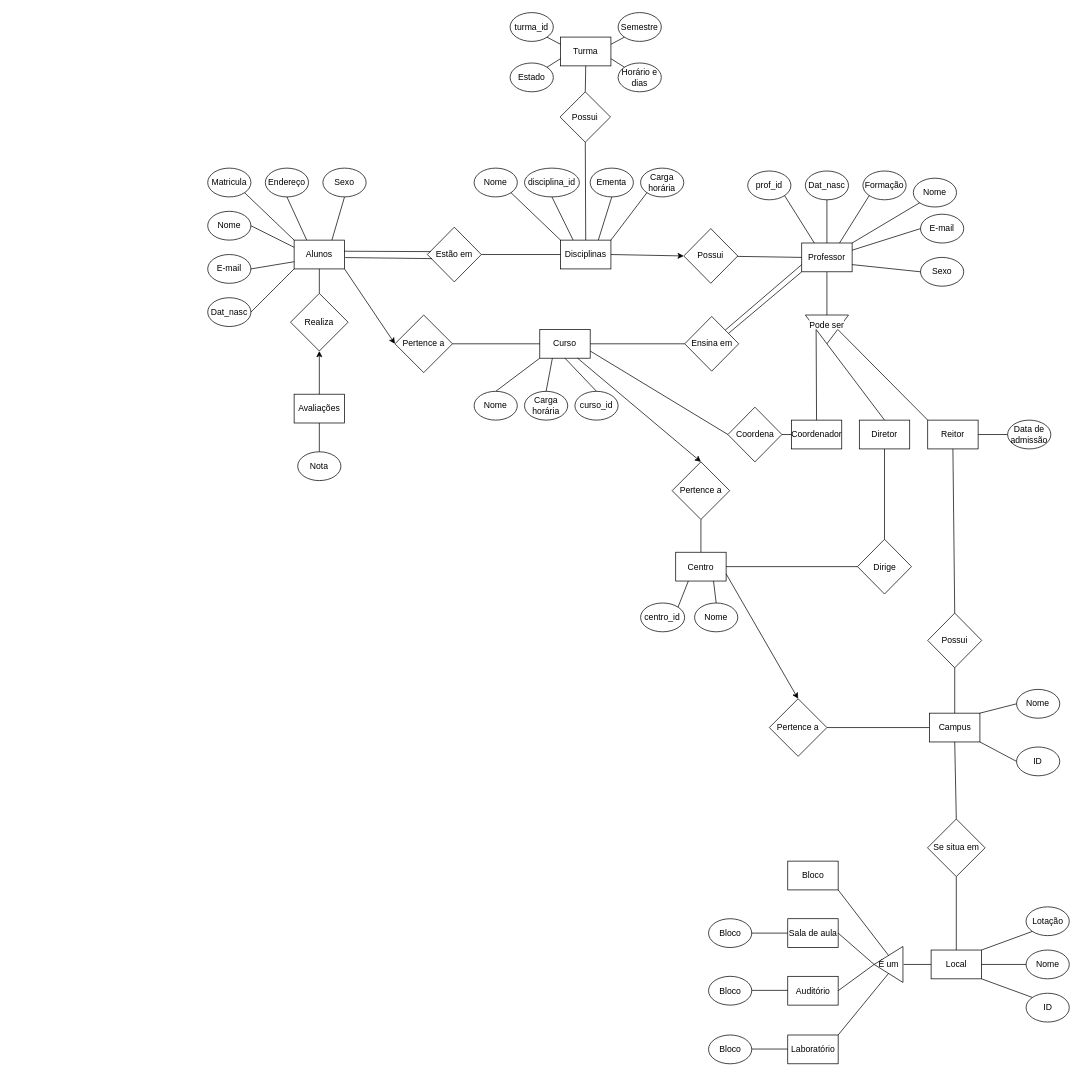
The draw.io diagram trabalho_1.drawio in Walrusbane524/Fundamentos-de-Bancos-de-Dados, before the edit. Source tidied: cells renumbered, new cells numbered last; positions are measured from the earlier drawing's top-left corner, leaving out a move shared by most shapes. Both pictures are drawn from the tidied source at 72%, with x=0, y=0 at pixel (207, 12).
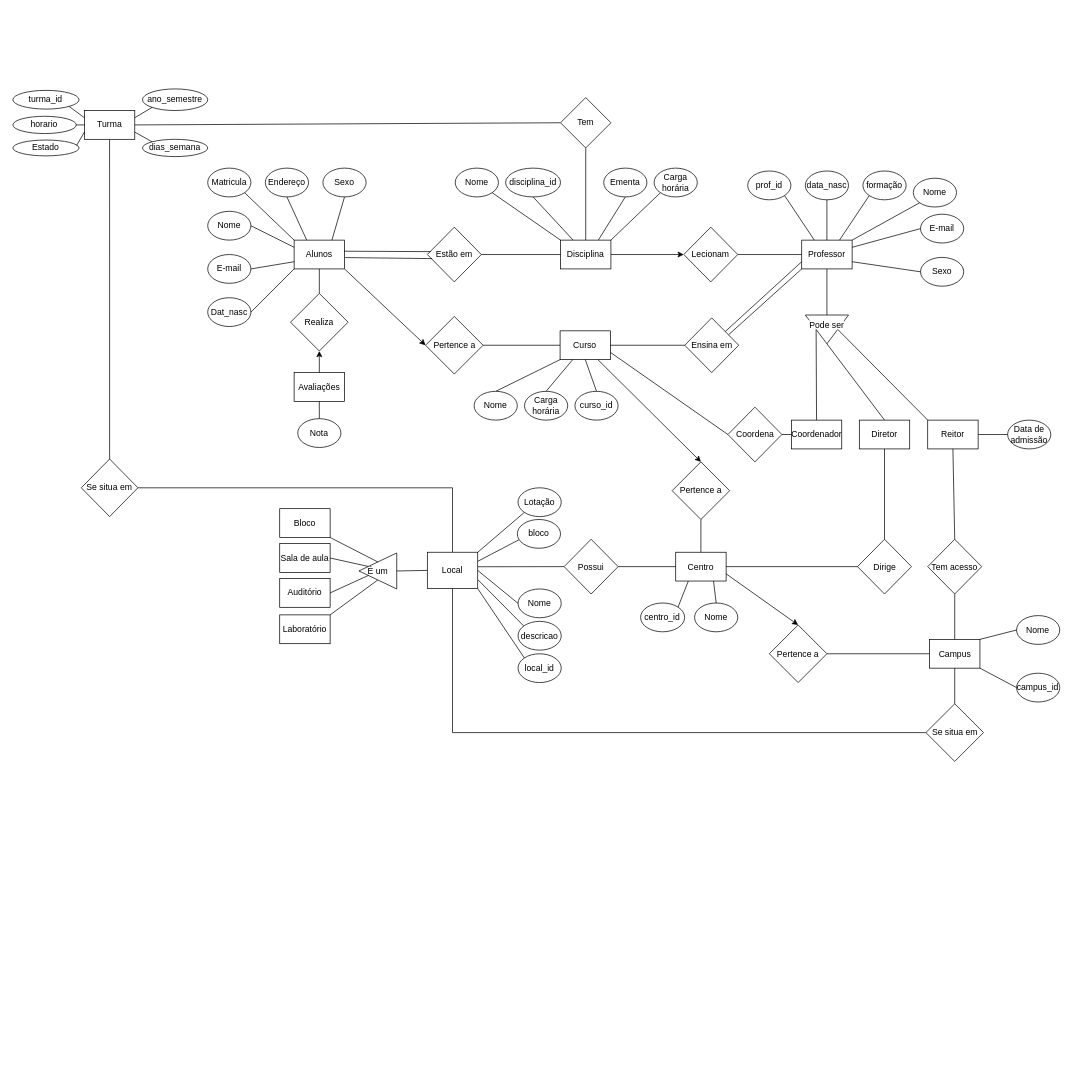
The same diagram, later.

Unchanged cells that the change refers to:
```xml
<mxCell id="5" value="Centro" style="rounded=0;whiteSpace=wrap;html=1;" parent="1" vertex="1">
  <mxGeometry x="650" y="749.5" width="70" height="40" as="geometry" />
</mxCell>
<mxCell id="125" value="Realiza" style="rhombus;whiteSpace=wrap;html=1;labelBackgroundColor=default;fillColor=none;" parent="1" vertex="1">
  <mxGeometry x="115" y="390" width="80" height="80" as="geometry" />
</mxCell>
```

Change to the diagram source:
```diff
@@
     <mxCell id="2" value="Professor" style="rounded=0;whiteSpace=wrap;html=1;" parent="1" vertex="1">
-      <mxGeometry x="825" y="320" width="70" height="40" as="geometry" />
+      <mxGeometry x="825" y="316" width="70" height="40" as="geometry" />
     </mxCell>
@@
     <mxCell id="4" value="Campus" style="rounded=0;whiteSpace=wrap;html=1;" parent="1" vertex="1">
-      <mxGeometry x="1002.5" y="973" width="70" height="40" as="geometry" />
+      <mxGeometry x="1002.5" y="870.5" width="70" height="40" as="geometry" />
     </mxCell>
@@
+    <mxCell id="83" style="edgeStyle=none;rounded=0;jettySize=auto;html=1;startArrow=none;startFill=0;endArrow=none;endFill=0;entryX=0;entryY=0.5;entryDx=0;entryDy=0;exitX=0.5;exitY=1;exitDx=0;exitDy=0;" parent="1" edge="1" source="6" target="63">
+      <mxGeometry relative="1" as="geometry">
+        <Array as="points">
+          <mxPoint x="340" y="1000" />
+        </Array>
+      </mxGeometry>
+    </mxCell>
+    <mxCell id="137" style="edgeStyle=none;rounded=0;jettySize=auto;html=1;exitX=0.5;exitY=0;exitDx=0;exitDy=0;startArrow=none;startFill=0;endArrow=none;endFill=0;entryX=1;entryY=0.5;entryDx=0;entryDy=0;" parent="1" edge="1" source="6" target="145">
+      <mxGeometry relative="1" as="geometry">
+        <Array as="points">
+          <mxPoint x="340" y="660" />
+        </Array>
+      </mxGeometry>
+    </mxCell>
+    <mxCell id="138" style="edgeStyle=none;rounded=0;jettySize=auto;html=1;exitX=1;exitY=0.75;exitDx=0;exitDy=0;startArrow=none;startFill=0;endArrow=none;endFill=0;entryX=0.15;entryY=0.188;entryDx=0;entryDy=0;entryPerimeter=0;" parent="1" edge="1" source="6" target="146">
+      <mxGeometry relative="1" as="geometry" />
+    </mxCell>
+    <mxCell id="139" style="edgeStyle=none;rounded=0;jettySize=auto;html=1;exitX=1;exitY=0.25;exitDx=0;exitDy=0;entryX=0.053;entryY=0.692;entryDx=0;entryDy=0;startArrow=none;startFill=0;endArrow=none;endFill=0;entryPerimeter=0;" parent="1" edge="1" source="6" target="147">
+      <mxGeometry relative="1" as="geometry" />
+    </mxCell>
+    <mxCell id="140" style="edgeStyle=none;rounded=0;jettySize=auto;html=1;exitX=1.001;exitY=0.399;exitDx=0;exitDy=0;startArrow=none;startFill=0;endArrow=none;endFill=0;exitPerimeter=0;entryX=0;entryY=0.5;entryDx=0;entryDy=0;" parent="1" edge="1" source="6" target="149">
+      <mxGeometry relative="1" as="geometry" />
+    </mxCell>
     <mxCell id="6" value="Local" style="rounded=0;whiteSpace=wrap;html=1;" parent="1" vertex="1">
-      <mxGeometry x="1004.7" y="1302" width="70" height="40" as="geometry" />
+      <mxGeometry x="305" y="749.5" width="70" height="50.5" as="geometry" />
     </mxCell>
@@
-    <mxCell id="11" value="Dat_nasc" style="ellipse;whiteSpace=wrap;html=1;" parent="1" vertex="1">
+    <mxCell id="11" value="data_nasc" style="ellipse;whiteSpace=wrap;html=1;" parent="1" vertex="1">
       <mxGeometry x="830" y="220" width="60" height="40" as="geometry" />
     </mxCell>
-    <mxCell id="12" value="Formação" style="ellipse;whiteSpace=wrap;html=1;" parent="1" vertex="1">
+    <mxCell id="12" value="formação" style="ellipse;whiteSpace=wrap;html=1;" parent="1" vertex="1">
       <mxGeometry x="910" y="220" width="60" height="40" as="geometry" />
     </mxCell>
-    <mxCell id="13" value="ID" style="ellipse;whiteSpace=wrap;html=1;" parent="1" vertex="1">
-      <mxGeometry x="1123.4" y="1020" width="60" height="40" as="geometry" />
+    <mxCell id="13" value="campus_id" style="ellipse;whiteSpace=wrap;html=1;" parent="1" vertex="1">
+      <mxGeometry x="1123.4" y="917.5" width="60" height="40" as="geometry" />
     </mxCell>
     <mxCell id="14" value="Nome" style="ellipse;whiteSpace=wrap;html=1;" parent="1" vertex="1">
-      <mxGeometry x="1123.4" y="940" width="60" height="40" as="geometry" />
+      <mxGeometry x="1123.4" y="837.5" width="60" height="40" as="geometry" />
     </mxCell>
@@
-    <mxCell id="17" value="ID" style="ellipse;whiteSpace=wrap;html=1;" parent="1" vertex="1">
-      <mxGeometry x="1136.6" y="1362" width="60" height="40" as="geometry" />
+    <mxCell id="17" value="local_id" style="ellipse;whiteSpace=wrap;html=1;" parent="1" vertex="1">
+      <mxGeometry x="431" y="890.5" width="60" height="40" as="geometry" />
     </mxCell>
     <mxCell id="18" value="Nome" style="ellipse;whiteSpace=wrap;html=1;" parent="1" vertex="1">
-      <mxGeometry x="1136.6" y="1302" width="60" height="40" as="geometry" />
+      <mxGeometry x="431" y="800.5" width="60" height="40" as="geometry" />
     </mxCell>
     <mxCell id="19" value="Lotação" style="ellipse;whiteSpace=wrap;html=1;" parent="1" vertex="1">
-      <mxGeometry x="1136.6" y="1242" width="60" height="40" as="geometry" />
+      <mxGeometry x="431" y="660" width="60" height="40" as="geometry" />
     </mxCell>
     <mxCell id="20" value="Laboratório" style="rounded=0;whiteSpace=wrap;html=1;" parent="1" vertex="1">
-      <mxGeometry x="805.6" y="1420" width="70" height="40" as="geometry" />
+      <mxGeometry x="100" y="836.5" width="70" height="40" as="geometry" />
     </mxCell>
     <mxCell id="21" value="Auditório" style="rounded=0;whiteSpace=wrap;html=1;" parent="1" vertex="1">
-      <mxGeometry x="805.6" y="1338.5" width="70" height="40" as="geometry" />
+      <mxGeometry x="100" y="786" width="70" height="40" as="geometry" />
     </mxCell>
     <mxCell id="22" value="Sala de aula" style="rounded=0;whiteSpace=wrap;html=1;" parent="1" vertex="1">
-      <mxGeometry x="805.6" y="1258.5" width="70" height="40" as="geometry" />
+      <mxGeometry x="100" y="737.5" width="70" height="40" as="geometry" />
     </mxCell>
     <mxCell id="23" value="Bloco" style="rounded=0;whiteSpace=wrap;html=1;" parent="1" vertex="1">
-      <mxGeometry x="805.6" y="1178.5" width="70" height="40" as="geometry" />
+      <mxGeometry x="100" y="689" width="70" height="40" as="geometry" />
     </mxCell>
     <mxCell id="24" value="É um" style="triangle;whiteSpace=wrap;html=1;flipH=1;" parent="1" vertex="1">
-      <mxGeometry x="925.6" y="1297" width="40" height="50" as="geometry" />
+      <mxGeometry x="210" y="750.5" width="52.5" height="50" as="geometry" />
     </mxCell>
     <mxCell id="25" value="Pertence&amp;nbsp;a" style="rhombus;whiteSpace=wrap;html=1;" parent="1" vertex="1">
-      <mxGeometry x="260" y="420" width="80" height="80" as="geometry" />
+      <mxGeometry x="302.5" y="422" width="80" height="80" as="geometry" />
     </mxCell>
     <mxCell id="26" value="Curso" style="rounded=0;whiteSpace=wrap;html=1;" parent="1" vertex="1">
-      <mxGeometry x="461.2" y="440" width="70" height="40" as="geometry" />
+      <mxGeometry x="489.4" y="442" width="70" height="40" as="geometry" />
     </mxCell>
@@
     <mxCell id="40" value="Pertence&amp;nbsp;a" style="rhombus;whiteSpace=wrap;html=1;" parent="1" vertex="1">
-      <mxGeometry x="780" y="953" width="80" height="80" as="geometry" />
+      <mxGeometry x="780" y="850.5" width="80" height="80" as="geometry" />
     </mxCell>
@@
-    <mxCell id="42" value="Possui" style="rhombus;whiteSpace=wrap;html=1;" parent="1" vertex="1">
-      <mxGeometry x="661.2" y="300" width="75" height="76" as="geometry" />
+    <mxCell id="42" value="Lecionam" style="rhombus;whiteSpace=wrap;html=1;" parent="1" vertex="1">
+      <mxGeometry x="661.2" y="298" width="75" height="76" as="geometry" />
     </mxCell>
@@
+    <mxCell id="141" style="edgeStyle=none;rounded=0;jettySize=auto;html=1;exitX=1;exitY=0.75;exitDx=0;exitDy=0;startArrow=none;startFill=0;endArrow=none;endFill=0;entryX=0;entryY=0;entryDx=0;entryDy=0;" parent="1" edge="1" source="51" target="144">
+      <mxGeometry relative="1" as="geometry" />
+    </mxCell>
+    <mxCell id="142" style="edgeStyle=none;rounded=0;jettySize=auto;html=1;exitX=1;exitY=0.5;exitDx=0;exitDy=0;startArrow=none;startFill=0;endArrow=none;endFill=0;entryX=0;entryY=0.5;entryDx=0;entryDy=0;" parent="1" edge="1" source="51" target="56">
+      <mxGeometry relative="1" as="geometry" />
+    </mxCell>
+    <mxCell id="143" style="edgeStyle=none;rounded=0;jettySize=auto;html=1;exitX=0.5;exitY=1;exitDx=0;exitDy=0;startArrow=none;startFill=0;endArrow=none;endFill=0;entryX=0.5;entryY=0;entryDx=0;entryDy=0;" parent="1" edge="1" source="51" target="145">
+      <mxGeometry relative="1" as="geometry" />
+    </mxCell>
     <mxCell id="51" value="Turma" style="rounded=0;whiteSpace=wrap;html=1;" parent="1" vertex="1">
-      <mxGeometry x="490" y="34" width="70" height="40" as="geometry" />
+      <mxGeometry x="-171.3" y="136" width="70" height="40" as="geometry" />
     </mxCell>
     <mxCell id="52" value="turma_id" style="ellipse;whiteSpace=wrap;html=1;" parent="1" vertex="1">
-      <mxGeometry x="420" width="60" height="40" as="geometry" />
+      <mxGeometry x="-270.6" y="108" width="91.9" height="26" as="geometry" />
     </mxCell>
-    <mxCell id="53" value="Semestre" style="ellipse;whiteSpace=wrap;html=1;" parent="1" vertex="1">
-      <mxGeometry x="570" width="60" height="40" as="geometry" />
+    <mxCell id="53" value="ano_semestre" style="ellipse;whiteSpace=wrap;html=1;" parent="1" vertex="1">
+      <mxGeometry x="-90.6" y="106" width="90.6" height="30" as="geometry" />
     </mxCell>
     <mxCell id="54" value="Estado" style="ellipse;whiteSpace=wrap;html=1;" parent="1" vertex="1">
-      <mxGeometry x="420" y="70" width="60" height="40" as="geometry" />
+      <mxGeometry x="-270.6" y="177" width="91.9" height="22" as="geometry" />
     </mxCell>
-    <mxCell id="55" value="Horário e dias" style="ellipse;whiteSpace=wrap;html=1;" parent="1" vertex="1">
-      <mxGeometry x="570" y="70" width="60" height="40" as="geometry" />
+    <mxCell id="55" value="horario" style="ellipse;whiteSpace=wrap;html=1;" parent="1" vertex="1">
+      <mxGeometry x="-270.6" y="144" width="88.1" height="24" as="geometry" />
     </mxCell>
-    <mxCell id="56" value="Possui" style="rhombus;whiteSpace=wrap;html=1;" parent="1" vertex="1">
-      <mxGeometry x="489.4" y="110" width="70" height="70" as="geometry" />
+    <mxCell id="56" value="Tem" style="rhombus;whiteSpace=wrap;html=1;" parent="1" vertex="1">
+      <mxGeometry x="490" y="118" width="70" height="70" as="geometry" />
     </mxCell>
-    <mxCell id="57" style="endArrow=none;html=1;rounded=0;strokeWidth=1;exitX=1;exitY=0;exitDx=0;exitDy=0;entryX=0;entryY=0.75;entryDx=0;entryDy=0;" parent="1" edge="1" source="54" target="51">
+    <mxCell id="57" style="endArrow=none;html=1;rounded=0;strokeWidth=1;exitX=0.963;exitY=0.343;exitDx=0;exitDy=0;entryX=0;entryY=0.75;entryDx=0;entryDy=0;exitPerimeter=0;" parent="1" edge="1" source="54" target="51">
       <mxGeometry relative="1" as="geometry" />
     </mxCell>
@@
-    <mxCell id="60" style="endArrow=none;html=1;rounded=0;strokeWidth=1;exitX=1;exitY=0.75;exitDx=0;exitDy=0;entryX=0;entryY=0;entryDx=0;entryDy=0;" parent="1" edge="1" source="51" target="55">
-      <mxGeometry relative="1" as="geometry" />
+    <mxCell id="60" style="endArrow=none;html=1;rounded=0;strokeWidth=1;entryX=1;entryY=0.5;entryDx=0;entryDy=0;" parent="1" edge="1" target="55">
+      <mxGeometry relative="1" as="geometry">
+        <mxPoint x="-170.6" y="156" as="sourcePoint" />
+      </mxGeometry>
     </mxCell>
@@
     <mxCell id="63" value="Se situa em" style="rhombus;whiteSpace=wrap;html=1;" parent="1" vertex="1">
-      <mxGeometry x="999.7" y="1120" width="80" height="80" as="geometry" />
+      <mxGeometry x="997.5" y="960" width="80" height="80" as="geometry" />
     </mxCell>
@@
-    <mxCell id="79" value="Possui" style="rhombus;whiteSpace=wrap;html=1;" parent="1" vertex="1">
-      <mxGeometry x="1000" y="834" width="75" height="76" as="geometry" />
+    <mxCell id="79" value="Tem acesso" style="rhombus;whiteSpace=wrap;html=1;" parent="1" vertex="1">
+      <mxGeometry x="1000" y="731.5" width="75" height="76" as="geometry" />
     </mxCell>
@@
-    <mxCell id="83" style="endArrow=none;html=1;rounded=0;strokeWidth=1;entryX=0.5;entryY=1;entryDx=0;entryDy=0;exitX=0.5;exitY=0;exitDx=0;exitDy=0;" parent="1" edge="1" source="6" target="63">
-      <mxGeometry relative="1" as="geometry" />
-    </mxCell>
-    <mxCell id="84" style="endArrow=none;html=1;rounded=0;strokeWidth=1;entryX=0;entryY=0.5;entryDx=0;entryDy=0;" parent="1" edge="1" target="6">
-      <mxGeometry relative="1" as="geometry">
-        <mxPoint x="966.6" y="1322" as="sourcePoint" />
-      </mxGeometry>
+    <mxCell id="84" style="endArrow=none;html=1;rounded=0;strokeWidth=1;entryX=0;entryY=0.5;entryDx=0;entryDy=0;exitX=1;exitY=0.5;exitDx=0;exitDy=0;" parent="1" edge="1" source="24" target="6">
+      <mxGeometry relative="1" as="geometry" />
     </mxCell>
-    <mxCell id="85" style="endArrow=none;html=1;rounded=0;strokeWidth=1;entryX=0;entryY=0.5;entryDx=0;entryDy=0;exitX=1;exitY=0.5;exitDx=0;exitDy=0;" parent="1" edge="1" source="22" target="24">
+    <mxCell id="85" style="endArrow=none;html=1;rounded=0;strokeWidth=1;entryX=0;entryY=0.25;entryDx=0;entryDy=0;exitX=1;exitY=0.5;exitDx=0;exitDy=0;" parent="1" edge="1" source="22" target="24">
       <mxGeometry relative="1" as="geometry" />
     </mxCell>
-    <mxCell id="86" style="endArrow=none;html=1;rounded=0;strokeWidth=1;entryX=0;entryY=0.5;entryDx=0;entryDy=0;exitX=1;exitY=0.5;exitDx=0;exitDy=0;" parent="1" edge="1" source="21" target="24">
+    <mxCell id="86" style="endArrow=none;html=1;rounded=0;strokeWidth=1;entryX=0;entryY=0.75;entryDx=0;entryDy=0;exitX=1;exitY=0.5;exitDx=0;exitDy=0;" parent="1" edge="1" source="21" target="24">
       <mxGeometry relative="1" as="geometry" />
     </mxCell>
@@
-    <mxCell id="92" value="Bloco" style="ellipse;whiteSpace=wrap;html=1;" parent="1" vertex="1">
-      <mxGeometry x="695.6" y="1258.5" width="60" height="40" as="geometry" />
-    </mxCell>
-    <mxCell id="93" value="Bloco" style="ellipse;whiteSpace=wrap;html=1;" parent="1" vertex="1">
-      <mxGeometry x="695.6" y="1338.5" width="60" height="40" as="geometry" />
-    </mxCell>
-    <mxCell id="94" value="Bloco" style="ellipse;whiteSpace=wrap;html=1;" parent="1" vertex="1">
-      <mxGeometry x="695.6" y="1420" width="60" height="40" as="geometry" />
-    </mxCell>
-    <mxCell id="95" style="endArrow=none;html=1;rounded=0;strokeWidth=1;exitX=1;exitY=0.5;exitDx=0;exitDy=0;entryX=0;entryY=0.5;entryDx=0;entryDy=0;" parent="1" edge="1" source="92" target="22">
-      <mxGeometry relative="1" as="geometry" />
-    </mxCell>
-    <mxCell id="96" style="endArrow=none;html=1;rounded=0;strokeWidth=1;exitX=1;exitY=0.5;exitDx=0;exitDy=0;entryX=0;entryY=0.5;entryDx=0;entryDy=0;" parent="1" edge="1">
-      <mxGeometry relative="1" as="geometry">
-        <mxPoint x="755.6" y="1358" as="sourcePoint" />
-        <mxPoint x="805.6" y="1358" as="targetPoint" />
-      </mxGeometry>
-    </mxCell>
-    <mxCell id="97" style="endArrow=none;html=1;rounded=0;strokeWidth=1;exitX=1;exitY=0.5;exitDx=0;exitDy=0;entryX=0;entryY=0.5;entryDx=0;entryDy=0;" parent="1" edge="1">
-      <mxGeometry relative="1" as="geometry">
-        <mxPoint x="755.6" y="1439.5" as="sourcePoint" />
-        <mxPoint x="805.6" y="1439.5" as="targetPoint" />
-      </mxGeometry>
-    </mxCell>
@@
-    <mxCell id="112" value="Disciplinas" style="rounded=0;whiteSpace=wrap;html=1;" parent="1" vertex="1">
+    <mxCell id="112" value="Disciplina" style="rounded=0;whiteSpace=wrap;html=1;" parent="1" vertex="1">
       <mxGeometry x="490" y="316" width="70" height="40" as="geometry" />
     </mxCell>
     <mxCell id="113" value="disciplina_id" style="ellipse;whiteSpace=wrap;html=1;" parent="1" vertex="1">
-      <mxGeometry x="440" y="216" width="76.2" height="40" as="geometry" />
+      <mxGeometry x="413.8" y="216" width="76.2" height="40" as="geometry" />
     </mxCell>
     <mxCell id="114" value="Ementa" style="ellipse;whiteSpace=wrap;html=1;" parent="1" vertex="1">
-      <mxGeometry x="531.2" y="216" width="60" height="40" as="geometry" />
+      <mxGeometry x="550" y="216" width="60" height="40" as="geometry" />
     </mxCell>
     <mxCell id="115" value="Carga horária" style="ellipse;whiteSpace=wrap;html=1;" parent="1" vertex="1">
-      <mxGeometry x="601.2" y="216" width="60" height="40" as="geometry" />
+      <mxGeometry x="620" y="216" width="60" height="40" as="geometry" />
     </mxCell>
     <mxCell id="116" value="Nome" style="ellipse;whiteSpace=wrap;html=1;" parent="1" vertex="1">
-      <mxGeometry x="370" y="216" width="60" height="40" as="geometry" />
+      <mxGeometry x="343.8" y="216" width="60" height="40" as="geometry" />
     </mxCell>
@@
-    <mxCell id="124" value="Avaliações" style="rounded=0;whiteSpace=wrap;html=1;" parent="1" vertex="1">
-      <mxGeometry x="120" y="530" width="70" height="40" as="geometry" />
-    </mxCell>
@@
-    <mxCell id="126" style="endArrow=classic;html=1;rounded=0;strokeWidth=1;exitX=0.5;exitY=0;exitDx=0;exitDy=0;entryX=0.5;entryY=1;entryDx=0;entryDy=0;" parent="1" edge="1" source="124" target="125">
-      <mxGeometry relative="1" as="geometry" />
+    <mxCell id="126" style="endArrow=classic;html=1;rounded=0;strokeWidth=1;exitX=0.5;exitY=0;exitDx=0;exitDy=0;entryX=0.5;entryY=1;entryDx=0;entryDy=0;" parent="1" edge="1" target="125">
+      <mxGeometry relative="1" as="geometry">
+        <mxPoint x="155" y="530" as="sourcePoint" />
+      </mxGeometry>
     </mxCell>
-    <mxCell id="127" value="Nota" style="ellipse;whiteSpace=wrap;html=1;" parent="1" vertex="1">
-      <mxGeometry x="125" y="610" width="60" height="40" as="geometry" />
-    </mxCell>
-    <mxCell id="128" style="endArrow=none;html=1;rounded=0;strokeWidth=1;exitX=0.5;exitY=1;exitDx=0;exitDy=0;entryX=0.5;entryY=0;entryDx=0;entryDy=0;" parent="1" edge="1" source="124" target="127">
-      <mxGeometry relative="1" as="geometry" />
-    </mxCell>
@@
-    <mxCell id="130" style="endArrow=none;html=1;rounded=0;strokeWidth=1;exitX=0.5;exitY=0;exitDx=0;exitDy=0;entryX=0.5;entryY=1;entryDx=0;entryDy=0;" parent="1" edge="1" source="56" target="51">
+    <mxCell id="130" style="endArrow=none;html=1;rounded=0;strokeWidth=1;exitX=0.5;exitY=1;exitDx=0;exitDy=0;entryX=0.5;entryY=1;entryDx=0;entryDy=0;" parent="1" edge="1" source="51" target="51">
       <mxGeometry relative="1" as="geometry" />
     </mxCell>
     <mxCell id="131" value="Ensina em" style="rhombus;whiteSpace=wrap;html=1;" parent="1" vertex="1">
-      <mxGeometry x="662.5" y="422" width="75" height="76" as="geometry" />
+      <mxGeometry x="662.5" y="424" width="75" height="76" as="geometry" />
     </mxCell>
@@
+    <mxCell id="124" value="Avaliações" style="rounded=0;whiteSpace=wrap;html=1;" parent="1" vertex="1">
+      <mxGeometry x="120" y="500" width="70" height="40" as="geometry" />
+    </mxCell>
+    <mxCell id="127" value="Nota" style="ellipse;whiteSpace=wrap;html=1;" parent="1" vertex="1">
+      <mxGeometry x="125" y="564" width="60" height="40" as="geometry" />
+    </mxCell>
+    <mxCell id="128" style="endArrow=none;html=1;rounded=0;strokeWidth=1;exitX=0.5;exitY=1;exitDx=0;exitDy=0;entryX=0.5;entryY=0;entryDx=0;entryDy=0;" parent="1" edge="1" source="124" target="127">
+      <mxGeometry relative="1" as="geometry" />
+    </mxCell>
+    <mxCell id="144" value="dias_semana" style="ellipse;whiteSpace=wrap;html=1;" parent="1" vertex="1">
+      <mxGeometry x="-90.6" y="176" width="90.6" height="24" as="geometry" />
+    </mxCell>
+    <mxCell id="145" value="Se situa em" style="rhombus;whiteSpace=wrap;html=1;" parent="1" vertex="1">
+      <mxGeometry x="-175.6" y="620" width="78.7" height="80" as="geometry" />
+    </mxCell>
+    <mxCell id="146" value="descricao" style="ellipse;whiteSpace=wrap;html=1;" parent="1" vertex="1">
+      <mxGeometry x="431" y="845.5" width="60" height="40" as="geometry" />
+    </mxCell>
+    <mxCell id="147" value="bloco" style="ellipse;whiteSpace=wrap;html=1;" parent="1" vertex="1">
+      <mxGeometry x="430" y="704" width="60" height="40" as="geometry" />
+    </mxCell>
+    <mxCell id="148" style="edgeStyle=none;rounded=0;jettySize=auto;html=1;exitX=1;exitY=0.5;exitDx=0;exitDy=0;entryX=0;entryY=0.5;entryDx=0;entryDy=0;startArrow=none;startFill=0;endArrow=none;endFill=0;" parent="1" edge="1" source="149" target="5">
+      <mxGeometry relative="1" as="geometry" />
+    </mxCell>
+    <mxCell id="149" value="Possui" style="rhombus;whiteSpace=wrap;html=1;" parent="1" vertex="1">
+      <mxGeometry x="495" y="731.5" width="75" height="76" as="geometry" />
+    </mxCell>
```
